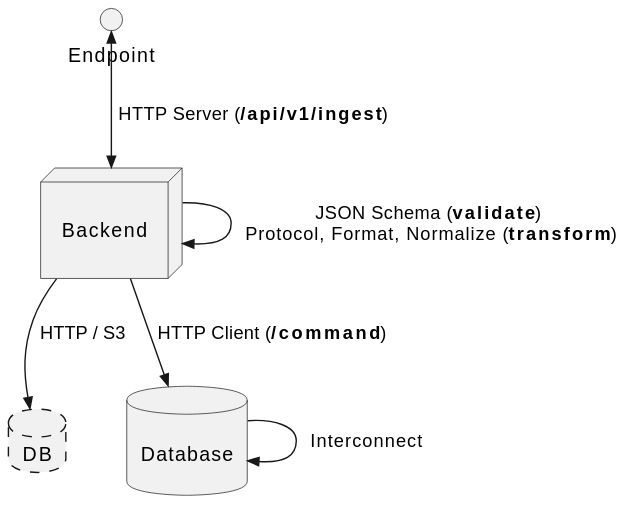
Earlier version of the PlantUML export docs/images/ingest-endpoint.svg (ulbmuenster/dataasee).
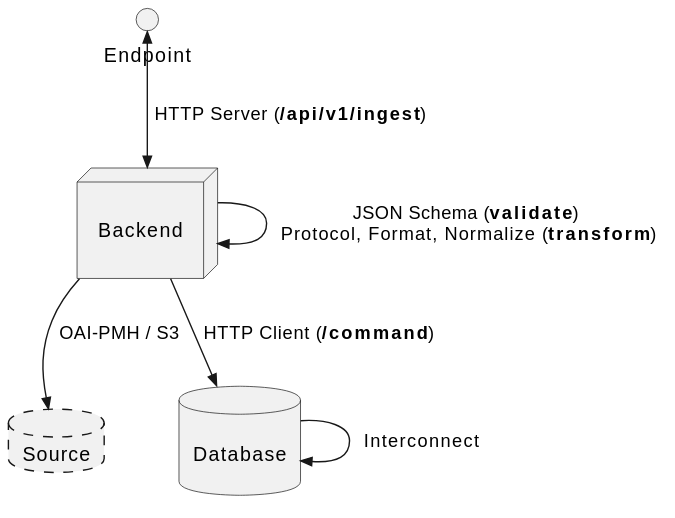
After the commit.

The edit, as a diff of the source:
```diff
@@ -1,5 +1,5 @@
 @startuml
-database src as "DB" #line.dashed;
+database src as "Source" #line.dashed;
 
 interface endpoint [
 Endpoint
@@ -19,7 +19,7 @@
 
 endpoint <<-->> backend : " HTTP Server (<b>/api/v1/ingest</b>)"
 
-backend -->> src : " HTTP / S3"
+backend -->> src : " OAI-PMH / S3"
 backend -->> backend : " JSON Schema (<b>validate</b>) \n Protocol, Format, Normalize (<b>transform</b>)"
 backend -->> database : " HTTP Client (<b>/command</b>)"
 database -->> database : " Interconnect"
```
